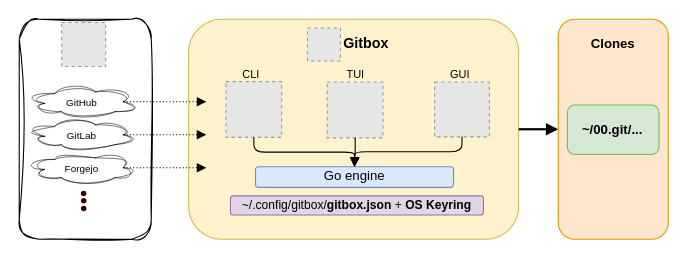
Earlier version of the draw.io diagram src/static/img/posts/2026-04-03-gitbox-01.drawio (LuisPalacios/LuisPalacios.github.io). Source tidied: cells renumbered, new cells numbered last; positions are measured from the earlier drawing's top-left corner, leaving out a move shared by most shapes. Both pictures are drawn from the tidied source at 110%, with x=0, y=0 at pixel (19, 19). Pictures stored in the file or linked from it are replaced by grey dashed boxes.
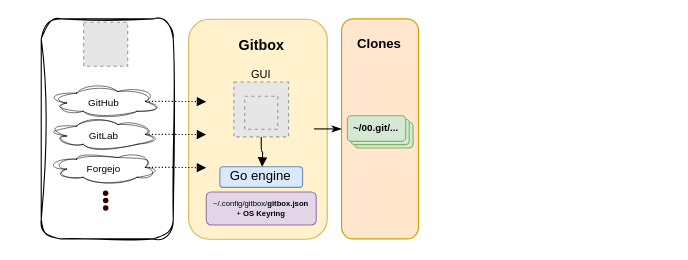
Above is the later version.

Commit message (it also covers changes not shown here):
Gitbox: apunte reescrito para la versión 2.x solo GUI

Unchanged cells that the change refers to:
```xml
<mxCell id="27" style="group;" parent="1" vertex="1">
  <mxGeometry x="7.1" y="60" width="180.8" height="101" as="geometry" />
</mxCell>
```

What changed in the source:
```diff
@@
+    <mxCell id="5" style="rounded=1;whiteSpace=wrap;html=1;fillColor=#ffe6cc;strokeColor=#d79b00;" parent="1" vertex="1">
+      <mxGeometry x="293" y="-0.3" width="70" height="200" as="geometry" />
+    </mxCell>
+    <mxCell id="39" style="rounded=1;whiteSpace=wrap;html=1;fillColor=#d5e8d4;strokeColor=#82b366;fontSize=9;fontStyle=1;" parent="1" vertex="1">
+      <mxGeometry x="305" y="93.7" width="53" height="23.3" as="geometry" />
+    </mxCell>
+    <mxCell id="40" style="rounded=1;whiteSpace=wrap;html=1;fillColor=#d5e8d4;strokeColor=#82b366;fontSize=9;fontStyle=1;" parent="1" vertex="1">
+      <mxGeometry x="301.5" y="90.7" width="53" height="23.3" as="geometry" />
+    </mxCell>
     <mxCell id="2" style="rounded=1;whiteSpace=wrap;html=1;fillColor=#fff2cc;strokeColor=#d6b656;" parent="1" vertex="1">
-      <mxGeometry x="154" width="300" height="200" as="geometry" />
+      <mxGeometry x="154" width="126" height="200" as="geometry" />
     </mxCell>
-    <mxCell id="3" style="edgeStyle=orthogonalEdgeStyle;rounded=1;strokeWidth=2;endArrow=block;endFill=1;exitX=1;exitY=0.5;exitDx=0;exitDy=0;entryX=0;entryY=0.5;entryDx=0;entryDy=0;" parent="1" edge="1" source="2" target="5">
-      <mxGeometry relative="1" as="geometry" />
-    </mxCell>
-    <mxCell id="4" style="group;" parent="1" vertex="1">
-      <mxGeometry x="490" width="100" height="200" as="geometry" />
-    </mxCell>
-    <mxCell id="5" style="rounded=1;whiteSpace=wrap;html=1;fillColor=#ffe6cc;strokeColor=#d79b00;" parent="4" vertex="1">
-      <mxGeometry width="100" height="200" as="geometry" />
-    </mxCell>
-    <mxCell id="6" value="~/00.git/..." style="rounded=1;whiteSpace=wrap;html=1;fillColor=#d5e8d4;strokeColor=#82b366;fontSize=12;fontStyle=1;" parent="4" vertex="1">
-      <mxGeometry x="8.3" y="78" width="83.3" height="45" as="geometry" />
-    </mxCell>
-    <mxCell id="7" value="Clones" style="text;whiteSpace=wrap;align=center;fontStyle=1;fontSize=12;" parent="4" vertex="1">
-      <mxGeometry x="4.2" y="9" width="91.7" height="25" as="geometry" />
-    </mxCell>
     <mxCell id="8" style="rounded=1;whiteSpace=wrap;html=1;sketch=1;curveFitting=1;jiggle=2;" parent="1" vertex="1">
-      <mxGeometry width="120" height="200" as="geometry" />
+      <mxGeometry x="20" y="-0.3" width="120" height="200" as="geometry" />
     </mxCell>
     <mxCell id="9" style="ellipse;whiteSpace=wrap;html=1;fillColor=#330000;fontColor=#333333;strokeColor=none;" parent="1" vertex="1">
-      <mxGeometry x="56.1" y="162.5" width="5" height="5" as="geometry" />
+      <mxGeometry x="76.1" y="162.2" width="5" height="5" as="geometry" />
     </mxCell>
     <mxCell id="10" style="ellipse;whiteSpace=wrap;html=1;fillColor=#330000;fontColor=#333333;strokeColor=none;" parent="1" vertex="1">
-      <mxGeometry x="56.1" y="169.5" width="5" height="5" as="geometry" />
+      <mxGeometry x="76.1" y="169.2" width="5" height="5" as="geometry" />
     </mxCell>
     <mxCell id="11" style="fillColor=#E6E6E6;strokeColor=#999999;dashed=1;verticalLabelPosition=bottom;labelBackgroundColor=default;verticalAlign=top;" parent="1" vertex="1">
-      <mxGeometry x="38.6" y="3" width="40" height="40" as="geometry" />
+      <mxGeometry x="58.6" y="2.7" width="40" height="40" as="geometry" />
     </mxCell>
     <mxCell id="12" value="&lt;span style=&quot;font-weight: normal;&quot;&gt;Go engine&lt;/span&gt;" style="rounded=1;whiteSpace=wrap;html=1;fillColor=#dae8fc;strokeColor=#6c8ebf;fontSize=12;fontStyle=1;" parent="1" vertex="1">
-      <mxGeometry x="214.8" y="134.1" width="180" height="18.7" as="geometry" />
+      <mxGeometry x="182.4" y="134.1" width="75.2" height="18.7" as="geometry" />
     </mxCell>
-    <mxCell id="13" value="~/.config/gitbox/&lt;b&gt;gitbox.json&lt;/b&gt; + &lt;b&gt;OS Keyring&lt;/b&gt;" style="rounded=1;whiteSpace=wrap;html=1;fillColor=#e1d5e7;strokeColor=#9673a6;fontSize=11;" parent="1" vertex="1">
-      <mxGeometry x="192" y="160.6" width="230" height="17.4" as="geometry" />
+    <mxCell id="13" value="~/.config/gitbox/&lt;b&gt;gitbox.json&lt;br&gt;&lt;/b&gt;+ &lt;b&gt;OS Keyring&lt;/b&gt;" style="rounded=1;whiteSpace=wrap;html=1;fillColor=#e1d5e7;strokeColor=#9673a6;fontSize=7;" parent="1" vertex="1">
+      <mxGeometry x="170" y="157" width="100" height="30" as="geometry" />
     </mxCell>
-    <mxCell id="14" style="group;" parent="1" vertex="1">
-      <mxGeometry x="187.9" y="56.7" width="243.1" height="60.4" as="geometry" />
-    </mxCell>
-    <mxCell id="15" style="fillColor=#E6E6E6;strokeColor=#999999;dashed=1;verticalLabelPosition=bottom;labelBackgroundColor=default;verticalAlign=top;" parent="14" vertex="1">
-      <mxGeometry x="92.1" y="0.4" width="50.7" height="50.7" as="geometry" />
-    </mxCell>
-    <mxCell id="16" style="fillColor=#E6E6E6;strokeColor=#999999;dashed=1;verticalLabelPosition=bottom;labelBackgroundColor=default;verticalAlign=top;" parent="14" vertex="1">
-      <mxGeometry width="50.7" height="50.7" as="geometry" />
-    </mxCell>
-    <mxCell id="17" style="fillColor=#E6E6E6;strokeColor=#999999;dashed=1;verticalLabelPosition=bottom;labelBackgroundColor=default;verticalAlign=top;" parent="14" vertex="1">
-      <mxGeometry x="189.7" y="0.4" width="49.8" height="49.8" as="geometry" />
-    </mxCell>
-    <mxCell id="18" value="CLI" style="text;whiteSpace=wrap;align=center;fontStyle=0;fontSize=10;" parent="1" vertex="1">
-      <mxGeometry x="181.1" y="38" width="60" height="23.3" as="geometry" />
-    </mxCell>
-    <mxCell id="19" value="TUI" style="text;whiteSpace=wrap;align=center;fontStyle=0;fontSize=10;" parent="1" vertex="1">
-      <mxGeometry x="276" y="38" width="60" height="23.3" as="geometry" />
-    </mxCell>
     <mxCell id="20" value="GUI" style="text;whiteSpace=wrap;align=center;fontStyle=0;fontSize=10;" parent="1" vertex="1">
-      <mxGeometry x="371" y="38" width="60" height="23.3" as="geometry" />
+      <mxGeometry x="190" y="38" width="60" height="23.3" as="geometry" />
     </mxCell>
-    <mxCell id="21" style="edgeStyle=orthogonalEdgeStyle;rounded=1;strokeWidth=1;endArrow=block;endFill=1;exitX=0.5;exitY=1;exitDx=0;exitDy=0;entryX=0.5;entryY=0;entryDx=0;entryDy=0;" parent="1" edge="1" source="15" target="12">
-      <mxGeometry relative="1" as="geometry" />
-    </mxCell>
-    <mxCell id="22" style="edgeStyle=orthogonalEdgeStyle;rounded=1;strokeWidth=1;endArrow=block;endFill=1;exitX=0.5;exitY=1;exitDx=0;exitDy=0;" parent="1" edge="1" source="16" target="12">
-      <mxGeometry relative="1" as="geometry" />
-    </mxCell>
-    <mxCell id="23" style="edgeStyle=orthogonalEdgeStyle;rounded=1;strokeWidth=1;endArrow=block;endFill=1;exitX=0.5;exitY=1;exitDx=0;exitDy=0;" parent="1" edge="1" source="17" target="12">
-      <mxGeometry relative="1" as="geometry" />
+    <mxCell id="23" style="edgeStyle=orthogonalEdgeStyle;rounded=1;strokeWidth=1;endArrow=block;endFill=1;exitX=0.5;exitY=1;exitDx=0;exitDy=0;" parent="1" edge="1" source="17">
+      <mxGeometry relative="1" as="geometry">
+        <mxPoint x="220.8" y="134.1" as="targetPoint" />
+      </mxGeometry>
     </mxCell>
-    <mxCell id="24" style="group;" parent="1" vertex="1">
-      <mxGeometry x="262" y="8" width="84" height="30" as="geometry" />
-    </mxCell>
-    <mxCell id="25" value="Gitbox" style="text;whiteSpace=wrap;align=left;fontStyle=1;fontSize=13;verticalAlign=middle;" parent="24" vertex="1">
-      <mxGeometry x="31" y="1" width="53" height="25" as="geometry" />
-    </mxCell>
-    <mxCell id="26" style="fillColor=#E6E6E6;strokeColor=#999999;dashed=1;verticalLabelPosition=bottom;labelBackgroundColor=default;verticalAlign=top;" parent="24" vertex="1">
-      <mxGeometry width="30" height="30" as="geometry" />
-    </mxCell>
@@
     <mxCell id="28" style="group;" parent="27" vertex="1">
-      <mxGeometry width="100" height="90" as="geometry" />
+      <mxGeometry x="20" y="-0.3" width="100" height="90" as="geometry" />
     </mxCell>
@@
     <mxCell id="32" style="ellipse;whiteSpace=wrap;html=1;fillColor=#330000;fontColor=#333333;strokeColor=none;" parent="27" vertex="1">
-      <mxGeometry x="48.9" y="96" width="5" height="5" as="geometry" />
+      <mxGeometry x="68.9" y="95.7" width="5" height="5" as="geometry" />
     </mxCell>
@@
+    <mxCell id="17" style="fillColor=#E6E6E6;strokeColor=#999999;dashed=1;verticalLabelPosition=bottom;labelBackgroundColor=default;verticalAlign=top;" parent="1" vertex="1">
+      <mxGeometry x="195.1" y="57.1" width="49.8" height="49.8" as="geometry" />
+    </mxCell>
+    <mxCell id="41" style="fillColor=#E6E6E6;strokeColor=#999999;dashed=1;verticalLabelPosition=bottom;labelBackgroundColor=default;verticalAlign=top;" parent="1" vertex="1">
+      <mxGeometry x="205" y="70" width="30" height="30" as="geometry" />
+    </mxCell>
+    <mxCell id="25" value="Gitbox" style="text;whiteSpace=wrap;align=center;fontStyle=1;fontSize=13;verticalAlign=middle;" parent="1" vertex="1">
+      <mxGeometry x="193.5" y="10.5" width="53" height="25" as="geometry" />
+    </mxCell>
+    <mxCell id="6" value="~/00.git/..." style="rounded=1;whiteSpace=wrap;html=1;fillColor=#d5e8d4;strokeColor=#82b366;fontSize=9;fontStyle=1;" parent="1" vertex="1">
+      <mxGeometry x="298.3" y="87.7" width="53" height="23.3" as="geometry" />
+    </mxCell>
+    <mxCell id="7" value="Clones" style="text;whiteSpace=wrap;align=center;fontStyle=1;fontSize=12;" parent="1" vertex="1">
+      <mxGeometry x="301.2" y="8.7" width="53" height="25" as="geometry" />
+    </mxCell>
+    <mxCell id="42" style="group;" parent="1" vertex="1">
+      <mxGeometry x="250" y="90.7" width="17.9" height="19.6" as="geometry" />
+    </mxCell>
+    <mxCell id="3" style="edgeStyle=orthogonalEdgeStyle;rounded=1;strokeWidth=1;endArrow=classicThin;endFill=1;exitX=1;exitY=0.5;exitDx=0;exitDy=0;entryX=0;entryY=0.5;entryDx=0;entryDy=0;" parent="42" edge="1" source="43" target="5">
+      <mxGeometry relative="1" as="geometry" />
+    </mxCell>
+    <mxCell id="43" style="rounded=0;whiteSpace=wrap;html=1;fillColor=none;strokeColor=none;" parent="42" vertex="1">
+      <mxGeometry y="-0.8" width="17.9" height="19.6" as="geometry" />
+    </mxCell>
```
